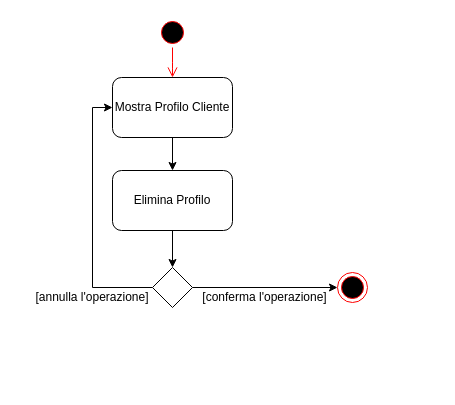
fd-col/ProgettoIngegneriaDelSoftware keeps this draw.io diagram as Diagrammi_delle_attivita/Modificabili/diagramma_attivita_elimina_profilo.drawio. Above is the earlier version. Source tidied: cells renumbered, new cells numbered last; positions are measured from the earlier drawing's top-left corner, leaving out a move shared by most shapes. Both pictures are drawn from the tidied source at 100%, with x=0, y=0 at pixel (27, 17).
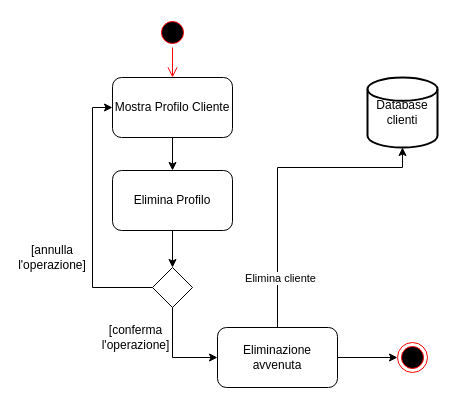
The same diagram, later.

Unchanged cells that the change refers to:
```xml
<mxCell id="10" style="rhombus;whiteSpace=wrap;html=1;" parent="1" vertex="1">
  <mxGeometry x="125" y="250" width="40" height="40" as="geometry" />
</mxCell>
```

The edit, as a diff of the source:
```diff
@@
-    <mxCell id="9" style="edgeStyle=orthogonalEdgeStyle;rounded=0;jettySize=auto;html=1;entryX=0;entryY=0.5;entryDx=0;entryDy=0;" parent="1" edge="1" source="10" target="12">
-      <mxGeometry relative="1" as="geometry" />
-    </mxCell>
+    <mxCell id="14" style="edgeStyle=orthogonalEdgeStyle;rounded=0;jettySize=auto;html=1;entryX=0;entryY=0.5;entryDx=0;entryDy=0;exitX=0.5;exitY=1;exitDx=0;exitDy=0;" parent="1" edge="1" source="10" target="19">
+      <mxGeometry relative="1" as="geometry" />
+    </mxCell>
@@
     <mxCell id="11" value="[annulla l'operazione]" style="text;html=1;strokeColor=none;fillColor=none;align=center;verticalAlign=middle;whiteSpace=wrap;rounded=0;" parent="1" vertex="1">
-      <mxGeometry y="270" width="130" height="20" as="geometry" />
+      <mxGeometry x="-10" y="230" width="70" height="20" as="geometry" />
     </mxCell>
     <mxCell id="12" style="ellipse;html=1;shape=endState;fillColor=#000000;strokeColor=#ff0000;" parent="1" vertex="1">
-      <mxGeometry x="310" y="255" width="30" height="30" as="geometry" />
+      <mxGeometry x="370" y="325" width="30" height="30" as="geometry" />
     </mxCell>
     <mxCell id="13" value="[conferma l'operazione]" style="text;html=1;strokeColor=none;fillColor=none;align=center;verticalAlign=middle;whiteSpace=wrap;rounded=0;" parent="1" vertex="1">
-      <mxGeometry x="165" y="270" width="145" height="20" as="geometry" />
+      <mxGeometry x="76" y="310" width="65" height="20" as="geometry" />
     </mxCell>
+    <mxCell id="15" value="Database&lt;br&gt;clienti" style="strokeWidth=2;html=1;shape=mxgraph.flowchart.database;whiteSpace=wrap;" parent="1" vertex="1">
+      <mxGeometry x="340" y="60" width="70" height="70" as="geometry" />
+    </mxCell>
+    <mxCell id="16" style="edgeStyle=orthogonalEdgeStyle;rounded=0;jettySize=auto;html=1;entryX=0.5;entryY=1;entryDx=0;entryDy=0;entryPerimeter=0;" parent="1" edge="1" source="19" target="15">
+      <mxGeometry relative="1" as="geometry">
+        <Array as="points">
+          <mxPoint x="250" y="150" />
+          <mxPoint x="375" y="150" />
+        </Array>
+      </mxGeometry>
+    </mxCell>
+    <mxCell id="17" value="Elimina cliente" style="edgeLabel;html=1;align=center;verticalAlign=middle;" parent="16" vertex="1">
+      <mxGeometry x="-0.67" y="-2" relative="1" as="geometry" />
+    </mxCell>
+    <mxCell id="18" style="edgeStyle=orthogonalEdgeStyle;rounded=0;jettySize=auto;html=1;" parent="1" edge="1" source="19" target="12">
+      <mxGeometry relative="1" as="geometry" />
+    </mxCell>
+    <mxCell id="19" value="Eliminazione&lt;br&gt;avvenuta" style="rounded=1;whiteSpace=wrap;html=1;" parent="1" vertex="1">
+      <mxGeometry x="190" y="310" width="120" height="60" as="geometry" />
+    </mxCell>
```
